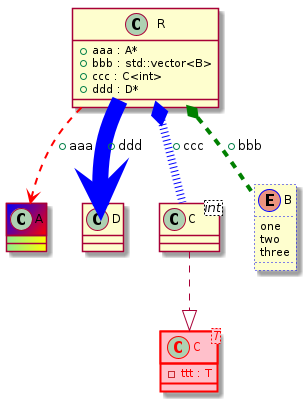
bkryza/clang-uml keeps this PlantUML diagram as docs/test_cases/t00031_class.png. Above is the earlier version. The source it was exported from:
```plantuml
@startuml
class "A" as C_0000000495

class "C<T>" as C_0000000499

class "D" as C_0000000501

class "C<int>" as C_0000000505

class "R" as C_0000000503

enum "B" as C_0000000497

class C_0000000495 #back:lightgreen|yellow;header:blue/red {
}

class C_0000000499 #pink;line:red;line.bold;text:red {
-ttt : T
}

class C_0000000501 {
}

class C_0000000505 {
}
C_0000000505 ..|> C_0000000499

class C_0000000503 {
+aaa : A*
+bbb : std::vector<B>
+ccc : C<int>
+ddd : D*
}
C_0000000503 -[#red,dashed,thickness=2]-> C_0000000495 : +aaa
C_0000000503 *-[#green,dashed,thickness=4]- C_0000000497 : +bbb
C_0000000503 o-[#blue,dotted,thickness=8]- C_0000000505 : +ccc
C_0000000503 -[#blue,plain,thickness=16]-> C_0000000501 : +ddd

enum C_0000000497 #line.dotted:blue {
one
two
three
}

@enduml
```
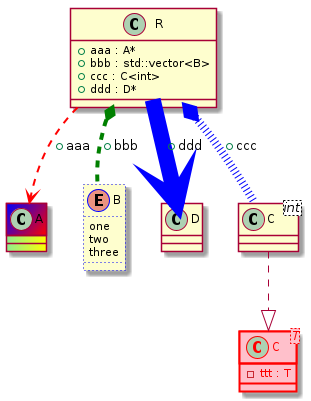
The same diagram one commit later.

What changed in the source:
```diff
@@ -1,45 +1,39 @@
 @startuml
-class "A" as C_0000000495
-
-class "C<T>" as C_0000000499
-
-class "D" as C_0000000501
-
-class "C<int>" as C_0000000505
-
-class "R" as C_0000000503
-
-enum "B" as C_0000000497
-
-class C_0000000495 #back:lightgreen|yellow;header:blue/red {
+class "A" as C_0000000515
+class C_0000000515 #back:lightgreen|yellow;header:blue/red {
 }
 
-class C_0000000499 #pink;line:red;line.bold;text:red {
+enum "B" as C_0000000517
+enum C_0000000517 #line.dotted:blue {
+one
+two
+three
+}
+
+class "C<T>" as C_0000000519
+class C_0000000519 #pink;line:red;line.bold;text:red {
 -ttt : T
 }
 
-class C_0000000501 {
+class "D" as C_0000000521
+class C_0000000521 {
 }
 
-class C_0000000505 {
+class "C<int>" as C_0000000525
+class C_0000000525 {
 }
-C_0000000505 ..|> C_0000000499
 
-class C_0000000503 {
+class "R" as C_0000000523
+class C_0000000523 {
 +aaa : A*
 +bbb : std::vector<B>
 +ccc : C<int>
 +ddd : D*
 }
-C_0000000503 -[#red,dashed,thickness=2]-> C_0000000495 : +aaa
-C_0000000503 *-[#green,dashed,thickness=4]- C_0000000497 : +bbb
-C_0000000503 o-[#blue,dotted,thickness=8]- C_0000000505 : +ccc
-C_0000000503 -[#blue,plain,thickness=16]-> C_0000000501 : +ddd
 
-enum C_0000000497 #line.dotted:blue {
-one
-two
-three
-}
-
+C_0000000525 ..|> C_0000000519
+C_0000000523 -[#red,dashed,thickness=2]-> C_0000000515 : +aaa
+C_0000000523 *-[#green,dashed,thickness=4]- C_0000000517 : +bbb
+C_0000000523 o-[#blue,dotted,thickness=8]- C_0000000525 : +ccc
+C_0000000523 -[#blue,plain,thickness=16]-> C_0000000521 : +ddd
 @enduml
```
